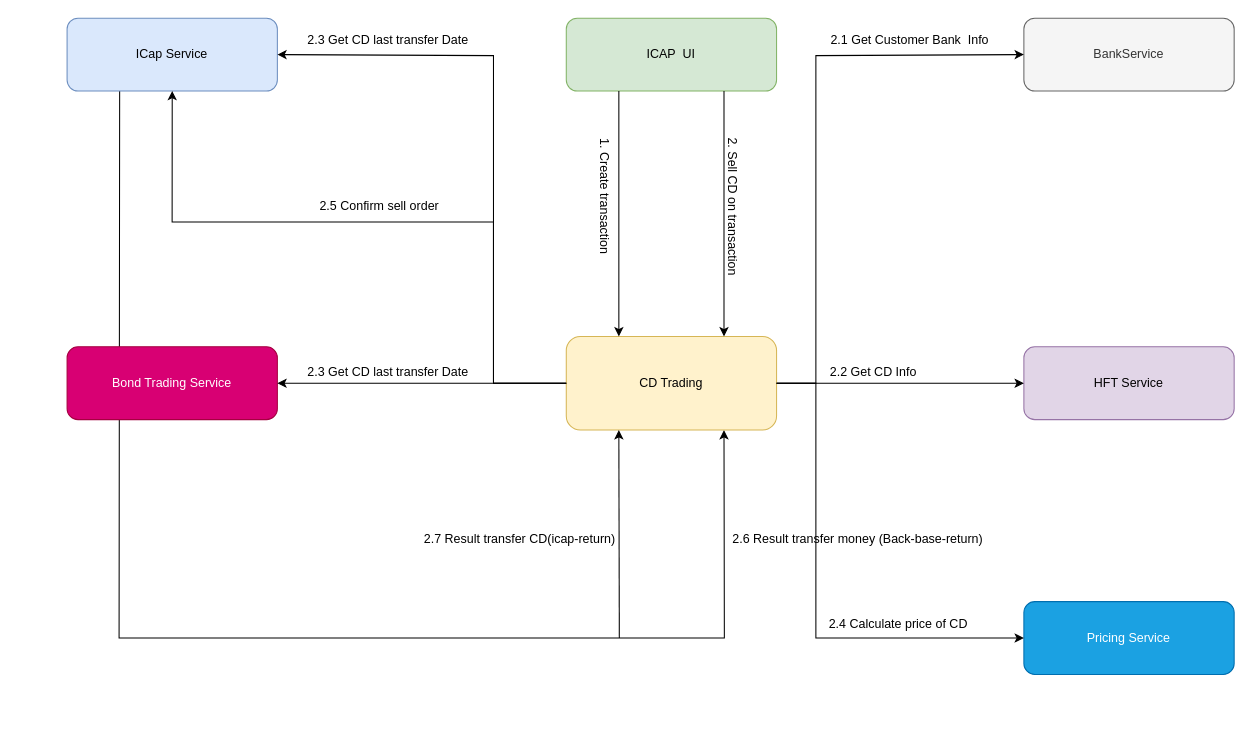
Before: CD_TRADING_SELL_AUTHORIZED_FLOW.drawio in ndhcoder/my-configs, a draw.io diagram. Source tidied: cells renumbered, new cells numbered last; positions are measured from the earlier drawing's top-left corner, leaving out a move shared by most shapes. Both pictures are drawn from the tidied source at 104%, with x=0, y=0 at pixel (67, 18).
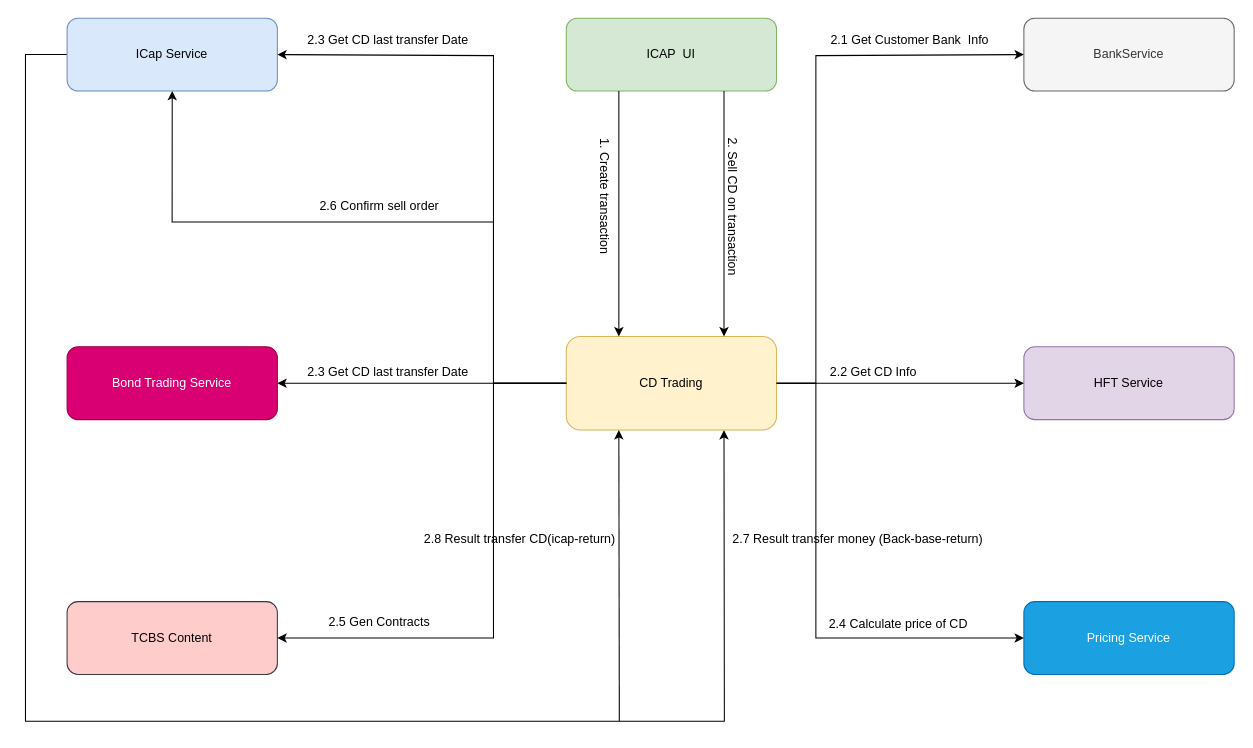
The same page after the edit.

The change refers to these unchanged cells:
```xml
<mxCell id="3" value="CD Trading" style="rounded=1;whiteSpace=wrap;html=1;fontSize=12;glass=0;strokeWidth=1;shadow=0;fillColor=#fff2cc;strokeColor=#d6b656;" parent="1" vertex="1">
  <mxGeometry x="480" y="306" width="202.2" height="90" as="geometry" />
</mxCell>
<mxCell id="16" value="ICap Service" style="rounded=1;whiteSpace=wrap;html=1;fontSize=12;glass=0;strokeWidth=1;shadow=0;fillColor=#dae8fc;strokeColor=#6c8ebf;" parent="1" vertex="1">
  <mxGeometry width="202.2" height="70" as="geometry" />
</mxCell>
```

Diff of the diagram source:
```diff
@@
-    <mxCell id="2" style="endArrow=classic;html=1;rounded=0;exitX=0.25;exitY=1;exitDx=0;exitDy=0;entryX=0.75;entryY=1;entryDx=0;entryDy=0;" parent="1" edge="1" source="16" target="3">
+    <mxCell id="2" style="endArrow=classic;html=1;rounded=0;exitX=0;exitY=0.5;exitDx=0;exitDy=0;entryX=0.75;entryY=1;entryDx=0;entryDy=0;" parent="1" edge="1" source="16" target="3">
       <mxGeometry relative="1" as="geometry">
         <Array as="points">
-          <mxPoint x="50" y="596" />
-          <mxPoint x="632" y="596" />
+          <mxPoint x="-40" y="35" />
+          <mxPoint x="-40" y="336" />
+          <mxPoint x="-40" y="676" />
+          <mxPoint x="632" y="676" />
         </Array>
       </mxGeometry>
     </mxCell>
@@
-    <mxCell id="25" value="2.5 Confirm sell order" style="text;html=1;align=center;verticalAlign=middle;strokeColor=none;fillColor=none;" parent="1" vertex="1">
+    <mxCell id="25" value="2.6 Confirm sell order" style="text;html=1;align=center;verticalAlign=middle;strokeColor=none;fillColor=none;" parent="1" vertex="1">
       <mxGeometry x="230" y="166" width="140" height="30" as="geometry" />
     </mxCell>
     <mxCell id="26" style="endArrow=classic;html=1;rounded=0;entryX=0.25;entryY=1;entryDx=0;entryDy=0;" parent="1" edge="1" target="3">
       <mxGeometry relative="1" as="geometry">
-        <mxPoint x="531" y="596" as="sourcePoint" />
+        <mxPoint x="531" y="676" as="sourcePoint" />
       </mxGeometry>
     </mxCell>
-    <mxCell id="27" value="2.6 Result transfer money (Back-base-return)" style="text;html=1;align=center;verticalAlign=middle;strokeColor=none;fillColor=none;rotation=0;" parent="1" vertex="1">
+    <mxCell id="27" value="2.7 Result transfer money (Back-base-return)" style="text;html=1;align=center;verticalAlign=middle;strokeColor=none;fillColor=none;rotation=0;" parent="1" vertex="1">
       <mxGeometry x="630" y="486" width="260" height="30" as="geometry" />
     </mxCell>
-    <mxCell id="28" value="2.7 Result transfer CD(icap-return)" style="text;html=1;align=center;verticalAlign=middle;strokeColor=none;fillColor=none;rotation=0;" parent="1" vertex="1">
+    <mxCell id="28" value="2.8 Result transfer CD(icap-return)" style="text;html=1;align=center;verticalAlign=middle;strokeColor=none;fillColor=none;rotation=0;" parent="1" vertex="1">
       <mxGeometry x="330" y="486" width="210" height="30" as="geometry" />
     </mxCell>
+    <mxCell id="29" value="TCBS Content" style="rounded=1;whiteSpace=wrap;html=1;fontSize=12;glass=0;strokeWidth=1;shadow=0;fillColor=#ffcccc;strokeColor=#36393d;" parent="1" vertex="1">
+      <mxGeometry y="561" width="202.2" height="70" as="geometry" />
+    </mxCell>
+    <mxCell id="30" style="endArrow=classic;html=1;rounded=0;exitX=0;exitY=0.5;exitDx=0;exitDy=0;entryX=1;entryY=0.5;entryDx=0;entryDy=0;" parent="1" edge="1" source="3" target="29">
+      <mxGeometry relative="1" as="geometry">
+        <Array as="points">
+          <mxPoint x="410" y="351" />
+          <mxPoint x="410" y="596" />
+        </Array>
+      </mxGeometry>
+    </mxCell>
+    <mxCell id="31" value="2.5&amp;nbsp;Gen Contracts" style="text;html=1;align=center;verticalAlign=middle;strokeColor=none;fillColor=none;" parent="1" vertex="1">
+      <mxGeometry x="240" y="566" width="120" height="30" as="geometry" />
+    </mxCell>
```
